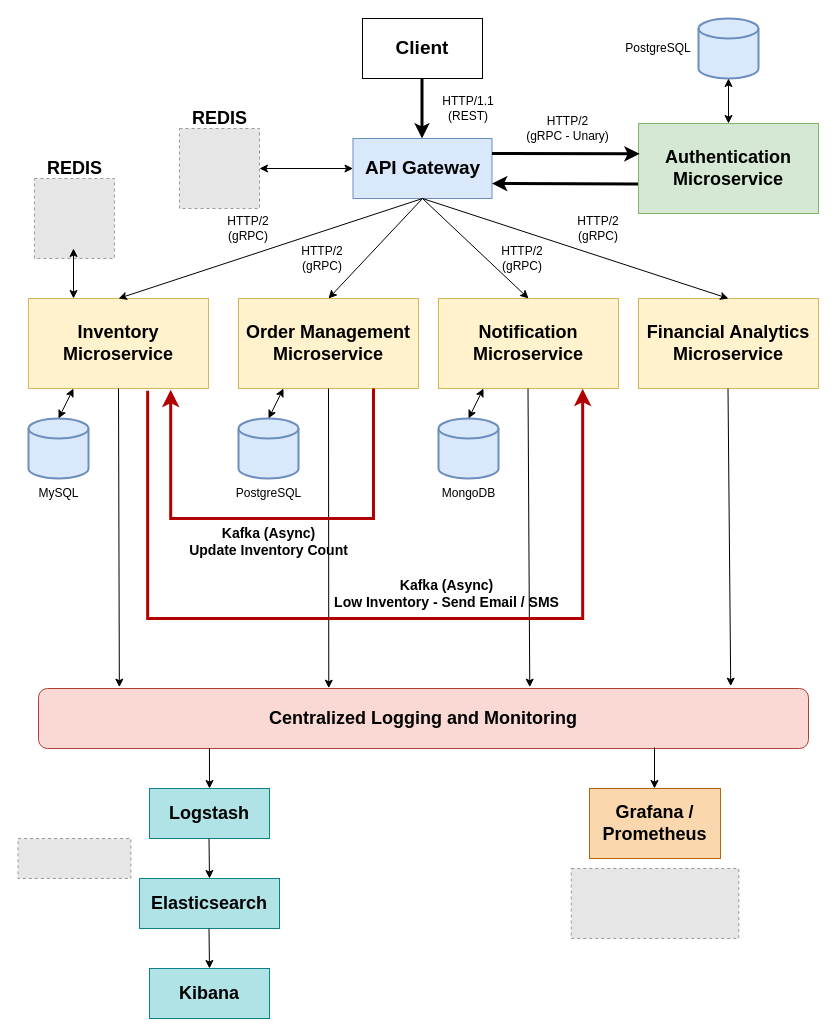
Before: api/ims_microservice.drawio in LeonLow97/inventory-management-system-microservices, a draw.io diagram. Source tidied: cells renumbered, new cells numbered last; positions are measured from the earlier drawing's top-left corner, leaving out a move shared by most shapes. Both pictures are drawn from the tidied source at 100%, with x=0, y=0 at pixel (17, 18). Pictures stored in the file or linked from it are replaced by grey dashed boxes.
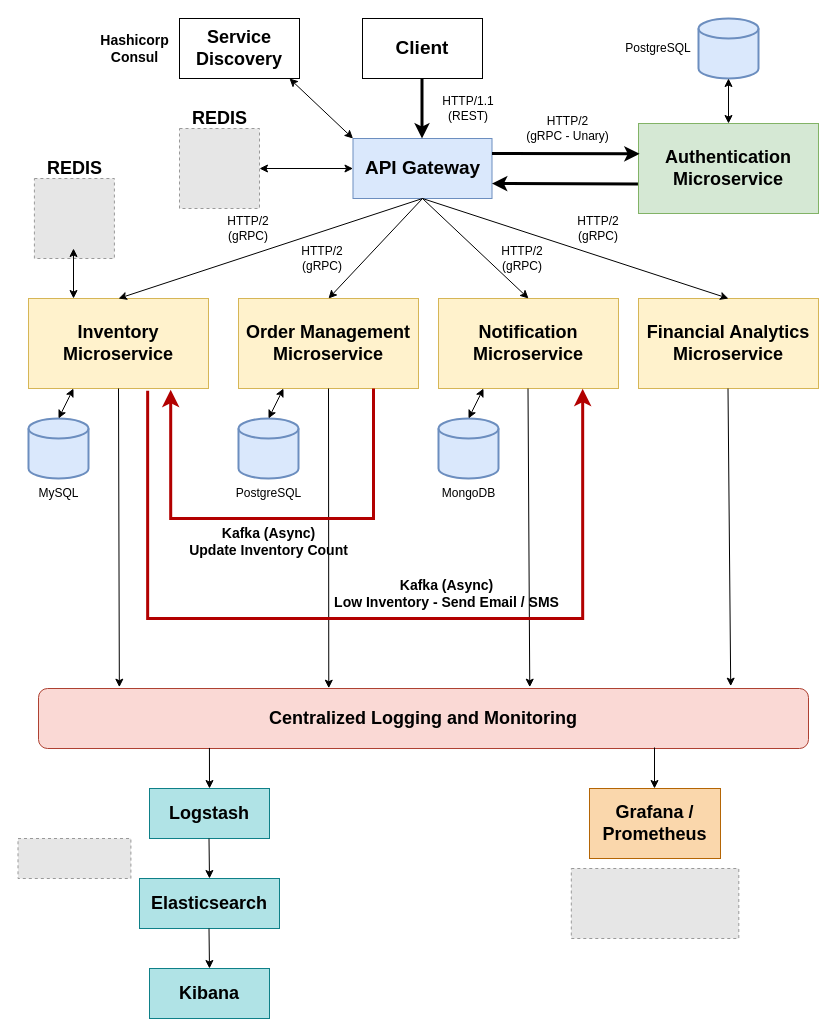
After the change.

Commit message:
Added service discovery to microservices architecture diagram

Unchanged cells that the change refers to:
```xml
<mxCell id="3" value="&lt;b&gt;&lt;font style=&quot;font-size: 19px;&quot;&gt;API Gateway&lt;/font&gt;&lt;/b&gt;" style="rounded=0;whiteSpace=wrap;html=1;fillColor=#dae8fc;strokeColor=#6c8ebf;" parent="1" vertex="1">
  <mxGeometry x="335.5" y="120" width="139" height="60" as="geometry" />
</mxCell>
```

What changed in the source:
```diff
@@
+    <mxCell id="59" style="endArrow=classic;startArrow=classic;html=1;rounded=0;entryX=0;entryY=0;entryDx=0;entryDy=0;" parent="1" edge="1" target="3">
+      <mxGeometry relative="1" as="geometry">
+        <mxPoint x="272" y="60" as="sourcePoint" />
+      </mxGeometry>
+    </mxCell>
+    <mxCell id="60" value="&lt;b style=&quot;&quot;&gt;&lt;font style=&quot;font-size: 18px;&quot;&gt;Service Discovery&lt;/font&gt;&lt;/b&gt;" style="rounded=0;whiteSpace=wrap;html=1;" parent="1" vertex="1">
+      <mxGeometry x="162" width="120" height="60" as="geometry" />
+    </mxCell>
+    <mxCell id="61" value="&lt;b&gt;&lt;font style=&quot;font-size: 14px;&quot;&gt;Hashicorp &lt;br&gt;Consul&lt;/font&gt;&lt;/b&gt;" style="text;html=1;align=center;verticalAlign=middle;strokeColor=none;fillColor=none;" parent="1" vertex="1">
+      <mxGeometry x="72" y="5" width="90" height="50" as="geometry" />
+    </mxCell>
```
